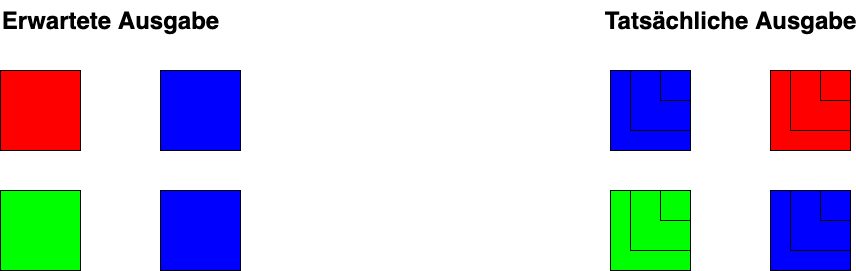
Above: L01_Boxes/Grafisch_Boxes.png in erpunkt/EIA2_SoSe21 (draw.io), before the change. Source tidied: cells renumbered, new cells last; positions are measured from the earlier drawing's top-left corner, leaving out a move shared by most shapes.
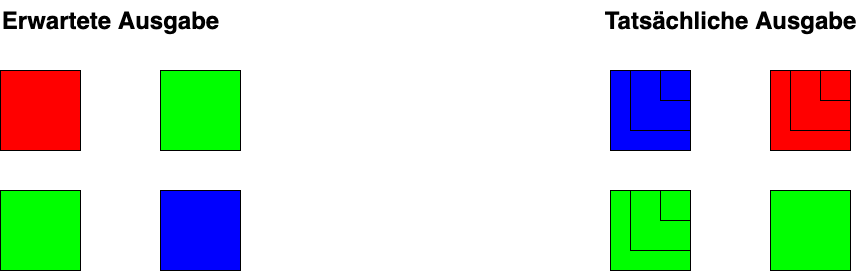
Later version of the same file.

The edit, as a diff of the source:
```diff
@@ -29,15 +29,9 @@
     <mxCell id="10" style="whiteSpace=wrap;html=1;fillColor=#00FF00;" parent="1" vertex="1">
       <mxGeometry x="660" y="190" width="30" height="30" as="geometry" />
     </mxCell>
-    <mxCell id="11" style="whiteSpace=wrap;html=1;fillColor=#0000FF;" parent="1" vertex="1">
+    <mxCell id="11" style="whiteSpace=wrap;html=1;fillColor=#00FF00;" parent="1" vertex="1">
       <mxGeometry x="770" y="190" width="80" height="80" as="geometry" />
     </mxCell>
-    <mxCell id="12" style="whiteSpace=wrap;html=1;fillColor=#0000FF;" parent="1" vertex="1">
-      <mxGeometry x="790" y="190" width="60" height="60" as="geometry" />
-    </mxCell>
-    <mxCell id="13" style="whiteSpace=wrap;html=1;fillColor=#0000FF;" parent="1" vertex="1">
-      <mxGeometry x="820" y="190" width="30" height="30" as="geometry" />
-    </mxCell>
     <mxCell id="14" value="Erwartete Ausgabe" style="text;strokeColor=none;fillColor=none;html=1;fontSize=24;fontStyle=1;verticalAlign=middle;align=center;" parent="1" vertex="1">
       <mxGeometry x="60" width="100" height="40" as="geometry" />
     </mxCell>
@@ -47,7 +41,7 @@
     <mxCell id="16" style="whiteSpace=wrap;html=1;fillColor=#FF0000;" parent="1" vertex="1">
       <mxGeometry y="70" width="80" height="80" as="geometry" />
     </mxCell>
-    <mxCell id="17" style="whiteSpace=wrap;html=1;fillColor=#0000FF;" parent="1" vertex="1">
+    <mxCell id="17" style="whiteSpace=wrap;html=1;fillColor=#00FF00;" parent="1" vertex="1">
       <mxGeometry x="160" y="70" width="80" height="80" as="geometry" />
     </mxCell>
     <mxCell id="18" style="whiteSpace=wrap;html=1;fillColor=#00FF00;" parent="1" vertex="1">
```
